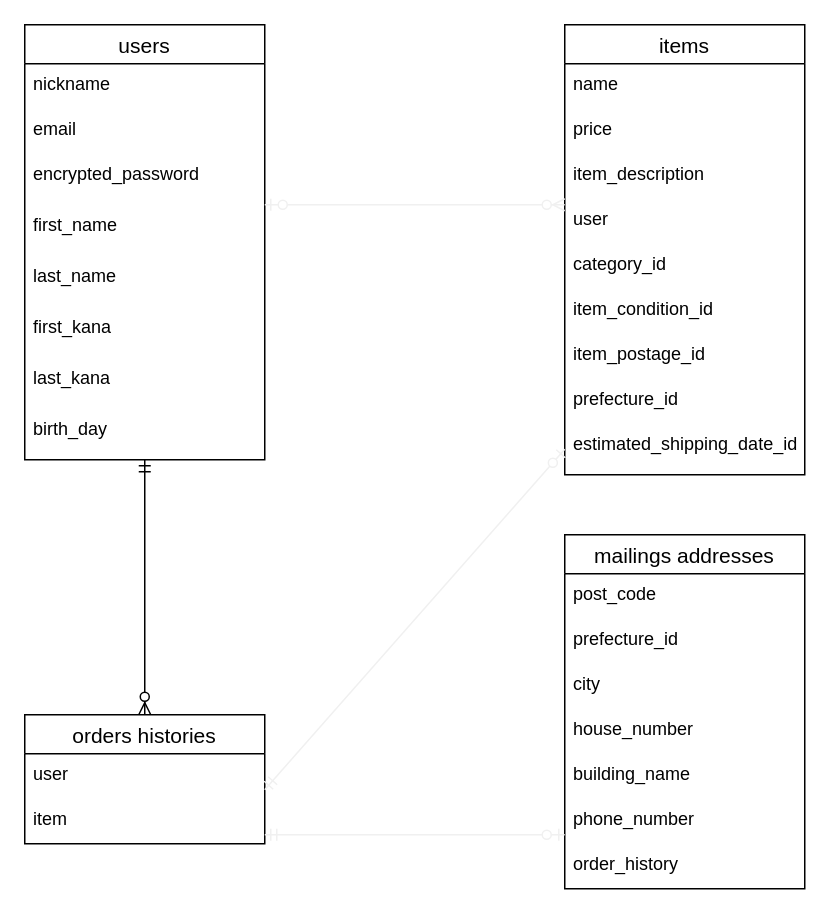
This is test.dio from roadrunnerair/furima-35908, a draw.io file, before an edit. Source tidied: cells renumbered, new cells numbered last; positions are measured from the earlier drawing's top-left corner, leaving out a move shared by most shapes. Both pictures are drawn from the tidied source at 150%, with x=0, y=0 at pixel (24, 24).
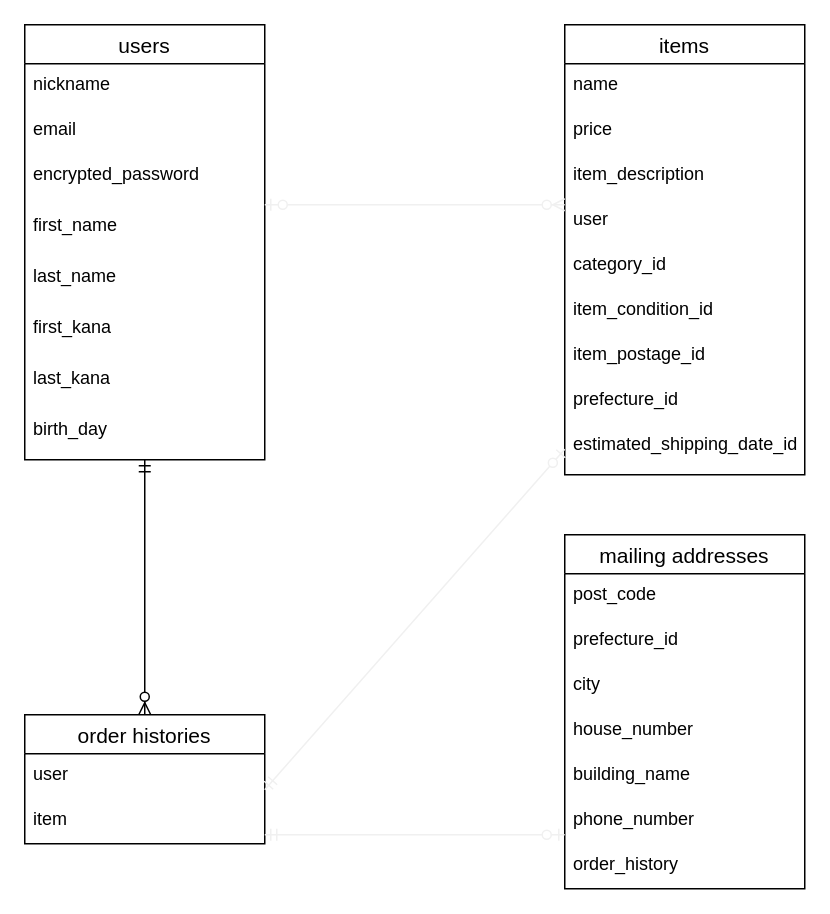
After the change.

Commit message (it also covers changes not shown here):
データベース設計 6

Diff of the diagram source:
```diff
@@
-    <mxCell id="21" value="orders histories" style="swimlane;fontStyle=0;horizontal=1;startSize=26;align=center;fontSize=14;" parent="1" vertex="1">
+    <mxCell id="21" value="order histories" style="swimlane;fontStyle=0;horizontal=1;startSize=26;align=center;fontSize=14;" parent="1" vertex="1">
       <mxGeometry y="460" width="160" height="86" as="geometry" />
     </mxCell>
@@
-    <mxCell id="25" value="mailings addresses" style="swimlane;fontStyle=0;horizontal=1;startSize=26;align=center;fontSize=14;" parent="1" vertex="1">
+    <mxCell id="25" value="mailing addresses" style="swimlane;fontStyle=0;horizontal=1;startSize=26;align=center;fontSize=14;" parent="1" vertex="1">
       <mxGeometry x="360" y="340" width="160" height="236" as="geometry" />
     </mxCell>
```
